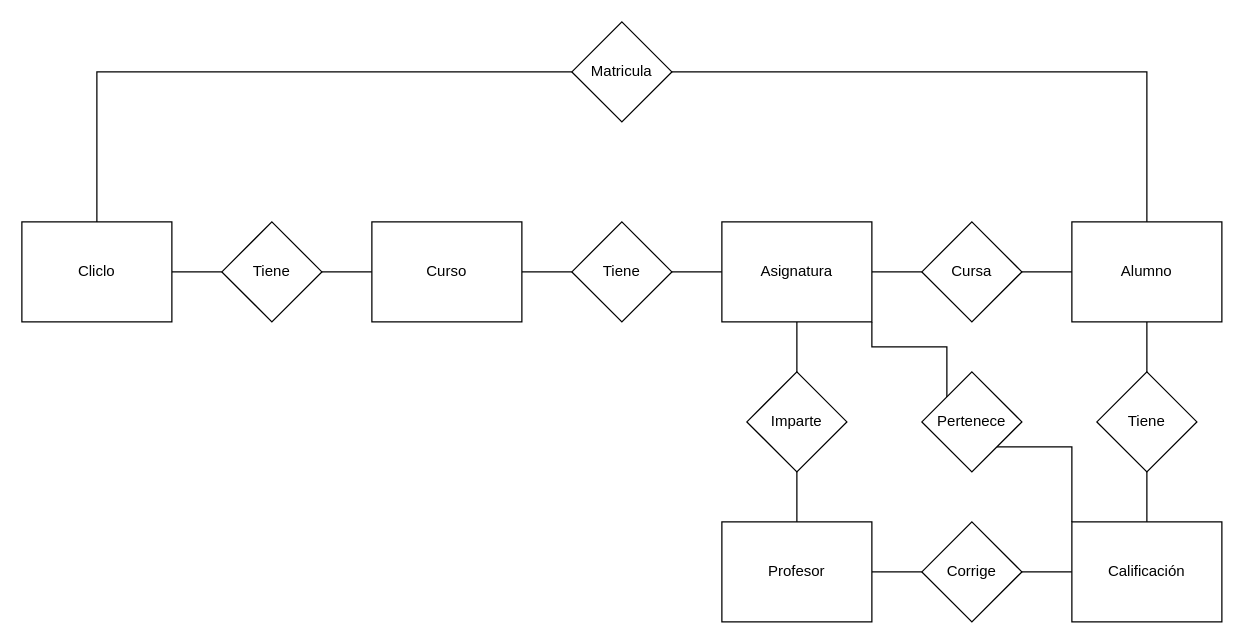
This is Diagrama sin título.drawio from erpozo/ITECsimulation, a draw.io file, before an edit. Source tidied: cells renumbered, new cells numbered last; positions are measured from the earlier drawing's top-left corner, leaving out a move shared by most shapes. Both pictures are drawn from the tidied source at 125%, with x=0, y=0 at pixel (21, 21).
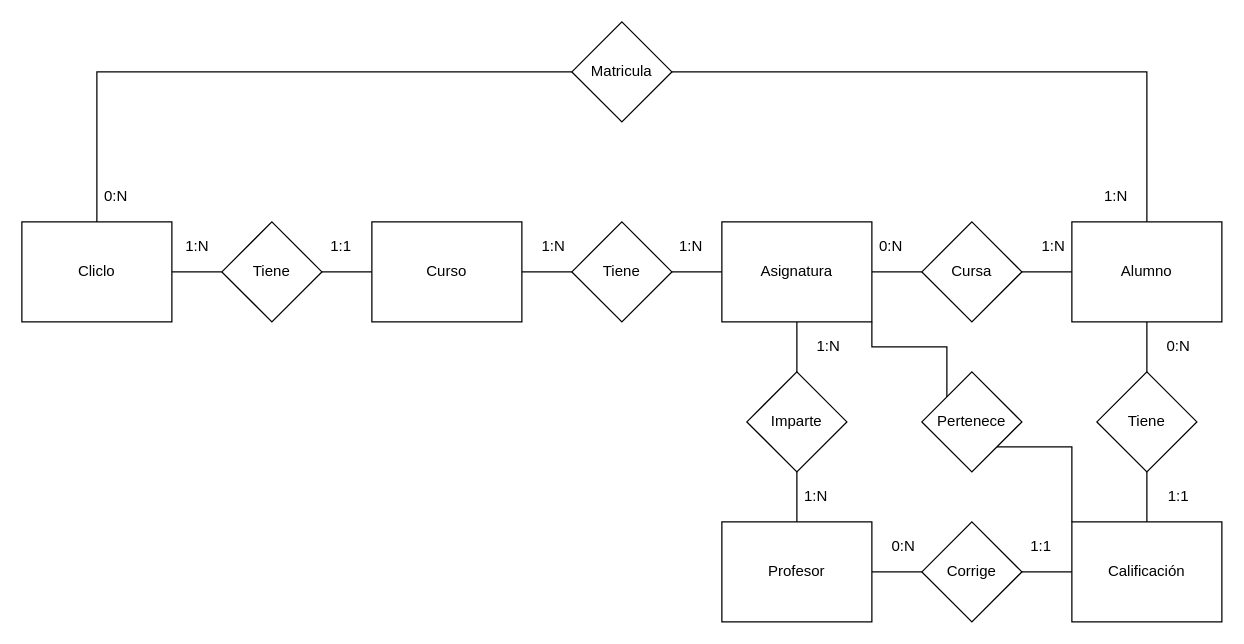
Above is the later version.

What changed in the source:
```diff
@@
+    <mxCell id="32" value="1:N" style="text;html=1;align=center;verticalAlign=middle;strokeColor=none;fillColor=none;" parent="1" vertex="1">
+      <mxGeometry x="125" y="170" width="30" height="20" as="geometry" />
+    </mxCell>
+    <mxCell id="33" value="1:1" style="text;html=1;align=center;verticalAlign=middle;strokeColor=none;fillColor=none;" parent="1" vertex="1">
+      <mxGeometry x="240" y="170" width="30" height="20" as="geometry" />
+    </mxCell>
+    <mxCell id="34" value="1:N" style="text;html=1;align=center;verticalAlign=middle;strokeColor=none;fillColor=none;" parent="1" vertex="1">
+      <mxGeometry x="410" y="170" width="30" height="20" as="geometry" />
+    </mxCell>
+    <mxCell id="35" value="1:N" style="text;html=1;align=center;verticalAlign=middle;strokeColor=none;fillColor=none;" parent="1" vertex="1">
+      <mxGeometry x="520" y="170" width="30" height="20" as="geometry" />
+    </mxCell>
+    <mxCell id="36" value="1:N" style="text;html=1;align=center;verticalAlign=middle;strokeColor=none;fillColor=none;" parent="1" vertex="1">
+      <mxGeometry x="620" y="370" width="30" height="20" as="geometry" />
+    </mxCell>
+    <mxCell id="37" value="1:N" style="text;html=1;align=center;verticalAlign=middle;strokeColor=none;fillColor=none;" parent="1" vertex="1">
+      <mxGeometry x="630" y="250" width="30" height="20" as="geometry" />
+    </mxCell>
+    <mxCell id="38" value="0:N" style="text;html=1;align=center;verticalAlign=middle;strokeColor=none;fillColor=none;" parent="1" vertex="1">
+      <mxGeometry x="690" y="410" width="30" height="20" as="geometry" />
+    </mxCell>
+    <mxCell id="39" value="1:1" style="text;html=1;align=center;verticalAlign=middle;strokeColor=none;fillColor=none;" parent="1" vertex="1">
+      <mxGeometry x="800" y="410" width="30" height="20" as="geometry" />
+    </mxCell>
+    <mxCell id="40" value="0:N" style="text;html=1;align=center;verticalAlign=middle;strokeColor=none;fillColor=none;" parent="1" vertex="1">
+      <mxGeometry x="60" y="130" width="30" height="20" as="geometry" />
+    </mxCell>
+    <mxCell id="41" value="1:N" style="text;html=1;align=center;verticalAlign=middle;strokeColor=none;fillColor=none;" parent="1" vertex="1">
+      <mxGeometry x="860" y="130" width="30" height="20" as="geometry" />
+    </mxCell>
+    <mxCell id="42" value="1:N" style="text;html=1;align=center;verticalAlign=middle;strokeColor=none;fillColor=none;" parent="1" vertex="1">
+      <mxGeometry x="810" y="170" width="30" height="20" as="geometry" />
+    </mxCell>
+    <mxCell id="43" value="0:N" style="text;html=1;align=center;verticalAlign=middle;strokeColor=none;fillColor=none;" parent="1" vertex="1">
+      <mxGeometry x="680" y="170" width="30" height="20" as="geometry" />
+    </mxCell>
+    <mxCell id="44" value="0:N" style="text;html=1;align=center;verticalAlign=middle;strokeColor=none;fillColor=none;" parent="1" vertex="1">
+      <mxGeometry x="910" y="250" width="30" height="20" as="geometry" />
+    </mxCell>
+    <mxCell id="45" value="1:1" style="text;html=1;align=center;verticalAlign=middle;strokeColor=none;fillColor=none;" parent="1" vertex="1">
+      <mxGeometry x="910" y="370" width="30" height="20" as="geometry" />
+    </mxCell>
```
